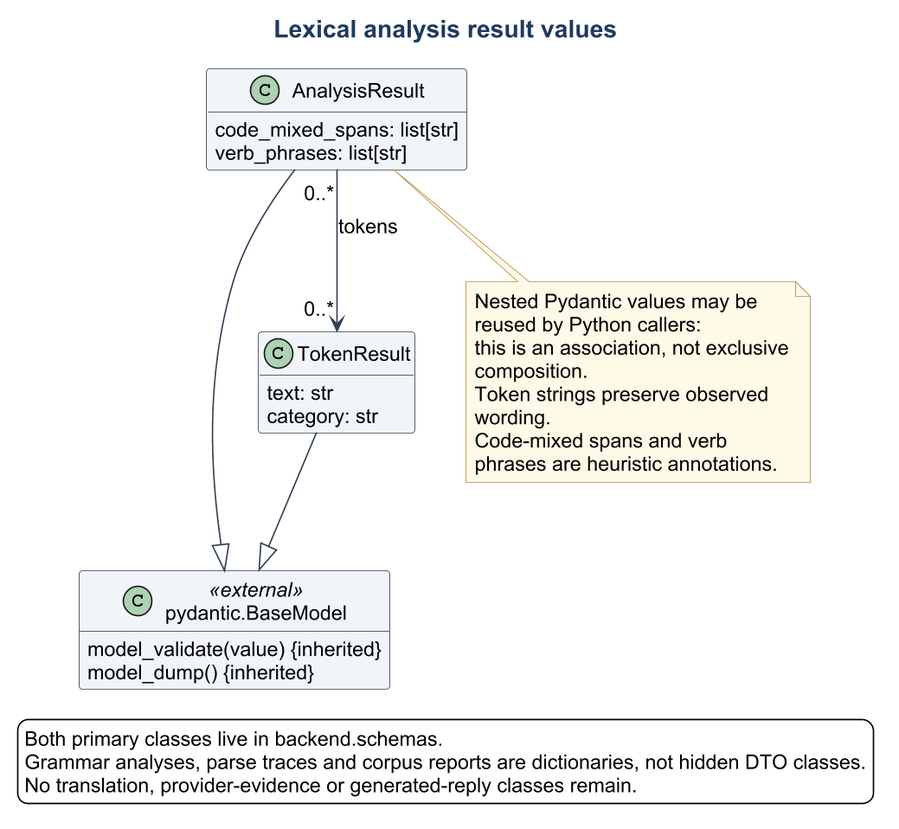
Earlier version of the PlantUML export docs/diagrams/class-api-results.png (Suraku237/francanglaiscompiler).
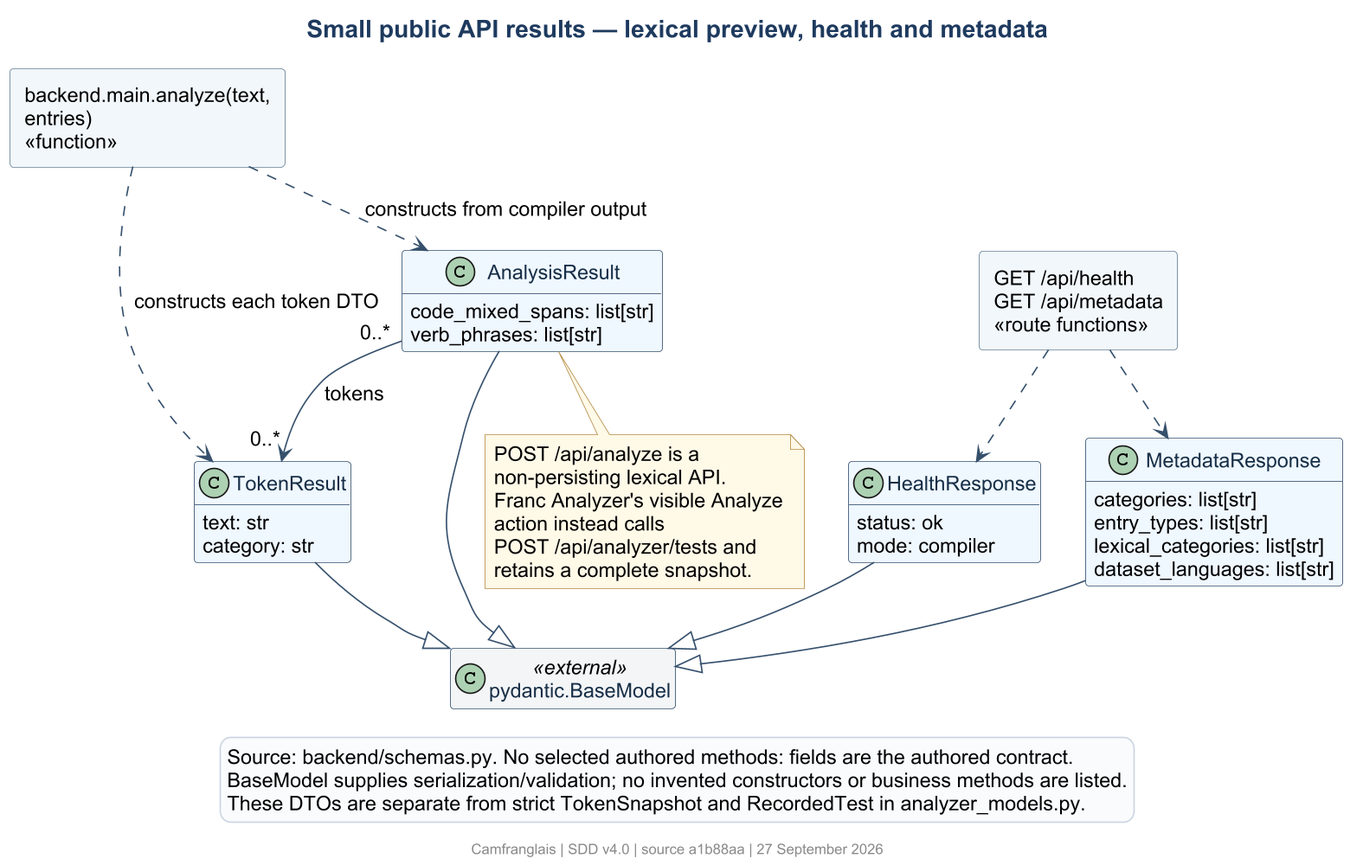
After the commit.

The edit, as a diff of the source:
```diff
@@ -1,11 +1,9 @@
 @startuml
 !include theme.iuml
-title Lexical analysis result values
+allowmixing
+title Small public API results — lexical preview, health and metadata
 hide empty members
-class "pydantic.BaseModel" as BaseModel <<external>> {
-  model_validate(value) {inherited}
-  model_dump() {inherited}
-}
+class "pydantic.BaseModel" as BaseModel <<external>>
 class TokenResult {
   text: str
   category: str
@@ -14,18 +12,35 @@
   code_mixed_spans: list[str]
   verb_phrases: list[str]
 }
+class HealthResponse {
+  status: ok
+  mode: compiler
+}
+class MetadataResponse {
+  categories: list[str]
+  entry_types: list[str]
+  lexical_categories: list[str]
+  dataset_languages: list[str]
+}
+rectangle "backend.main.analyze(text, entries)\n<<function>>" as Analyze
+rectangle "GET /api/health\nGET /api/metadata\n<<route functions>>" as Routes
 TokenResult --|> BaseModel
 AnalysisResult --|> BaseModel
+HealthResponse --|> BaseModel
+MetadataResponse --|> BaseModel
 AnalysisResult "0..*" --> "0..*" TokenResult : tokens
+Analyze ..> AnalysisResult : constructs from compiler output
+Analyze ..> TokenResult : constructs each token DTO
+Routes ..> HealthResponse
+Routes ..> MetadataResponse
 note bottom of AnalysisResult
-  Nested Pydantic values may be reused by Python callers:
-  this is an association, not exclusive composition.
-  Token strings preserve observed wording.
-  Code-mixed spans and verb phrases are heuristic annotations.
+  POST /api/analyze is a non-persisting lexical API.
+  Franc Analyzer's visible Analyze action instead calls
+  POST /api/analyzer/tests and retains a complete snapshot.
 end note
 legend bottom
-  Both primary classes live in backend.schemas.
-  Grammar analyses, parse traces and corpus reports are dictionaries, not hidden DTO classes.
-  No translation, provider-evidence or generated-reply classes remain.
+  Source: backend/schemas.py. No selected authored methods: fields are the authored contract.
+  BaseModel supplies serialization/validation; no invented constructors or business methods are listed.
+  These DTOs are separate from strict TokenSnapshot and RecordedTest in analyzer_models.py.
 endlegend
 @enduml
```
